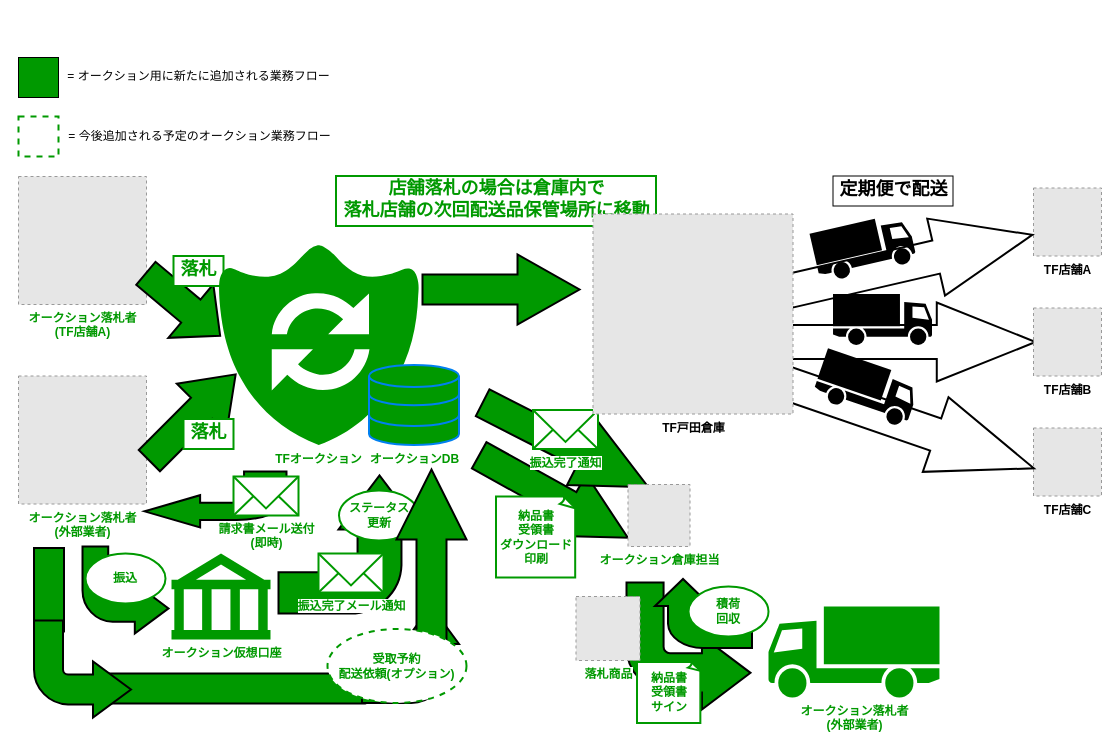
Earlier version of the draw.io diagram 落札.drawio (cy-shuhei-ohno/test). Source tidied: cells renumbered, new cells numbered last; positions are measured from the earlier drawing's top-left corner, leaving out a move shared by most shapes. Both pictures are drawn from the tidied source at 100%, with x=0, y=0 at pixel (0, 57). Pictures stored in the file or linked from it are replaced by grey dashed boxes.
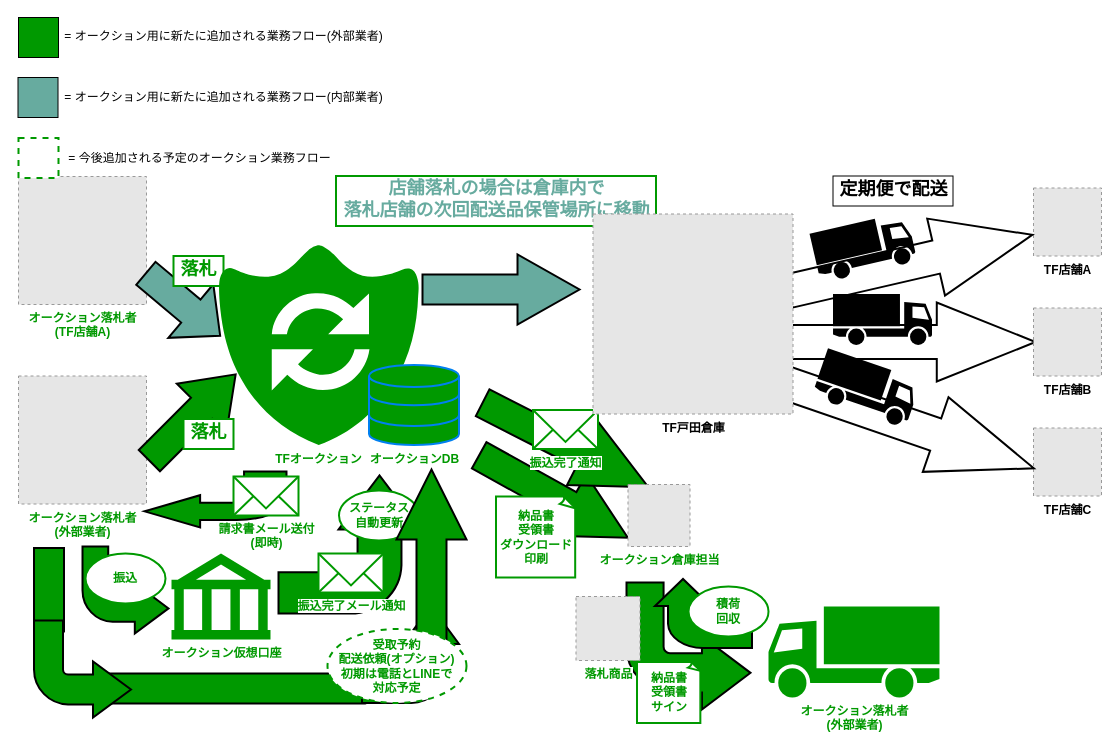
The same page after the edit.

Unchanged cells that the change refers to:
```xml
<mxCell id="17" style="group;fillColor=none;" parent="1" vertex="1">
  <mxGeometry x="217.5" y="187.5" width="369" height="270" as="geometry" />
</mxCell>
```

Change to the diagram source:
```diff
@@
     <mxCell id="2" style="whiteSpace=wrap;html=1;fillColor=#009900;fontColor=#FFFFFF;align=center;" parent="1" vertex="1">
-      <mxGeometry x="18" width="40" height="40" as="geometry" />
+      <mxGeometry x="18" y="-40" width="40" height="40" as="geometry" />
     </mxCell>
-    <mxCell id="3" value="= オークション用に新たに追加される業務フロー&lt;br&gt;&lt;br&gt;" style="text;html=1;align=center;verticalAlign=top;spacingTop=-4;fontColor=#000000;" parent="1" vertex="1">
-      <mxGeometry x="58" y="9" width="280" height="30" as="geometry" />
+    <mxCell id="3" value="= オークション用に新たに追加される業務フロー(外部業者)&lt;br&gt;&lt;br&gt;" style="text;html=1;align=center;verticalAlign=top;spacingTop=-4;fontColor=#000000;" parent="1" vertex="1">
+      <mxGeometry x="58" y="-31" width="330" height="30" as="geometry" />
     </mxCell>
@@
-    <mxCell id="6" style="shape=mxgraph.arrows.arrow_down;html=1;verticalLabelPosition=bottom;verticalAlign=top;strokeWidth=2;strokeColor=#000000;labelBackgroundColor=none;fillColor=#009900;gradientColor=none;fontSize=18;align=center;rotation=-50;" parent="1" vertex="1">
+    <mxCell id="6" style="shape=mxgraph.arrows.arrow_down;html=1;verticalLabelPosition=bottom;verticalAlign=top;strokeWidth=2;strokeColor=#000000;labelBackgroundColor=none;fillColor=#67AB9F;gradientColor=none;fontSize=18;align=center;rotation=-50;" parent="1" vertex="1">
       <mxGeometry x="147.5" y="198.5" width="70" height="97" as="geometry" />
     </mxCell>
@@
-    <mxCell id="10" value="店舗落札の場合は倉庫内で&lt;br&gt;落札店舗の次回配送品保管場所に移動" style="text;html=1;align=center;verticalAlign=middle;spacingTop=-4;fontSize=18;fontColor=#009900;fillColor=#ffffff;strokeColor=#009900;strokeWidth=2;fontStyle=1;" parent="1" vertex="1">
+    <mxCell id="10" value="店舗落札の場合は倉庫内で&lt;br&gt;落札店舗の次回配送品保管場所に移動" style="text;html=1;align=center;verticalAlign=middle;spacingTop=-4;fontSize=18;fontColor=#67AB9F;fillColor=#ffffff;strokeColor=#009900;strokeWidth=2;fontStyle=1;" parent="1" vertex="1">
       <mxGeometry x="335.5" y="118.5" width="320" height="50" as="geometry" />
     </mxCell>
@@
-    <mxCell id="18" style="shape=mxgraph.arrows.arrow_down;html=1;verticalLabelPosition=bottom;verticalAlign=top;strokeWidth=2;strokeColor=#000000;labelBackgroundColor=none;fillColor=#009900;gradientColor=none;fontSize=18;align=center;rotation=-90;" parent="17" vertex="1">
+    <mxCell id="18" style="shape=mxgraph.arrows.arrow_down;html=1;verticalLabelPosition=bottom;verticalAlign=top;strokeWidth=2;strokeColor=#000000;labelBackgroundColor=none;fillColor=#67AB9F;gradientColor=none;fontSize=18;align=center;rotation=-90;" parent="17" vertex="1">
       <mxGeometry x="248" y="-34" width="70" height="157" as="geometry" />
     </mxCell>
@@
-    <mxCell id="22" value="ステータス&lt;br&gt;更新" style="ellipse;whiteSpace=wrap;html=1;labelBackgroundColor=none;strokeColor=#009900;strokeWidth=2;fillColor=#FFFFFF;gradientColor=none;fontSize=12;fontColor=#009900;align=center;fontStyle=1;" parent="1" vertex="1">
+    <mxCell id="22" value="ステータス&lt;br&gt;自動更新" style="ellipse;whiteSpace=wrap;html=1;labelBackgroundColor=none;strokeColor=#009900;strokeWidth=2;fillColor=#FFFFFF;gradientColor=none;fontSize=12;fontColor=#009900;align=center;fontStyle=1;" parent="1" vertex="1">
       <mxGeometry x="338.5" y="433" width="80" height="50" as="geometry" />
     </mxCell>
@@
-    <mxCell id="28" value="受取予約&lt;br&gt;配送依頼(オプション)&lt;br&gt;" style="ellipse;whiteSpace=wrap;html=1;labelBackgroundColor=none;strokeColor=#009900;strokeWidth=2;fillColor=#FFFFFF;gradientColor=none;fontSize=12;fontColor=#009900;align=center;fontStyle=1;dashed=1;" parent="1" vertex="1">
+    <mxCell id="28" value="受取予約&lt;br&gt;配送依頼(オプション)&lt;br&gt;初期は電話とLINEで&lt;br&gt;対応予定&lt;br&gt;" style="ellipse;whiteSpace=wrap;html=1;labelBackgroundColor=none;strokeColor=#009900;strokeWidth=2;fillColor=#FFFFFF;gradientColor=none;fontSize=12;fontColor=#009900;align=center;fontStyle=1;dashed=1;" parent="1" vertex="1">
       <mxGeometry x="327" y="571.5" width="139" height="74" as="geometry" />
     </mxCell>
-    <mxCell id="29" style="whiteSpace=wrap;html=1;fillColor=#FFFFFF;fontColor=#FFFFFF;align=center;dashed=1;strokeColor=#009900;strokeWidth=2;" parent="1" vertex="1">
-      <mxGeometry x="18" y="59" width="40" height="40" as="geometry" />
+    <mxCell id="29" style="whiteSpace=wrap;html=1;fillColor=#67AB9F;fontColor=#FFFFFF;align=center;strokeColor=#000000;strokeWidth=1;" parent="1" vertex="1">
+      <mxGeometry x="17.5" y="20" width="40" height="40" as="geometry" />
     </mxCell>
-    <mxCell id="30" value="= 今後追加される予定のオークション業務フロー&lt;br&gt;&lt;br&gt;" style="text;html=1;align=center;verticalAlign=top;spacingTop=-4;fontColor=#000000;" parent="1" vertex="1">
-      <mxGeometry x="58.5" y="69" width="280" height="30" as="geometry" />
+    <mxCell id="30" value="= オークション用に新たに追加される業務フロー(内部業者)&lt;br&gt;" style="text;html=1;align=center;verticalAlign=top;spacingTop=-4;fontColor=#000000;" parent="1" vertex="1">
+      <mxGeometry x="58" y="30" width="330" height="20" as="geometry" />
     </mxCell>
@@
+    <mxCell id="53" style="whiteSpace=wrap;html=1;fillColor=#FFFFFF;fontColor=#FFFFFF;align=center;dashed=1;strokeColor=#009900;strokeWidth=2;" parent="1" vertex="1">
+      <mxGeometry x="18" y="80.5" width="40" height="40" as="geometry" />
+    </mxCell>
+    <mxCell id="54" value="= 今後追加される予定のオークション業務フロー&lt;br&gt;&lt;br&gt;" style="text;html=1;align=center;verticalAlign=top;spacingTop=-4;fontColor=#000000;" parent="1" vertex="1">
+      <mxGeometry x="58.5" y="90.5" width="280" height="30" as="geometry" />
+    </mxCell>
```
